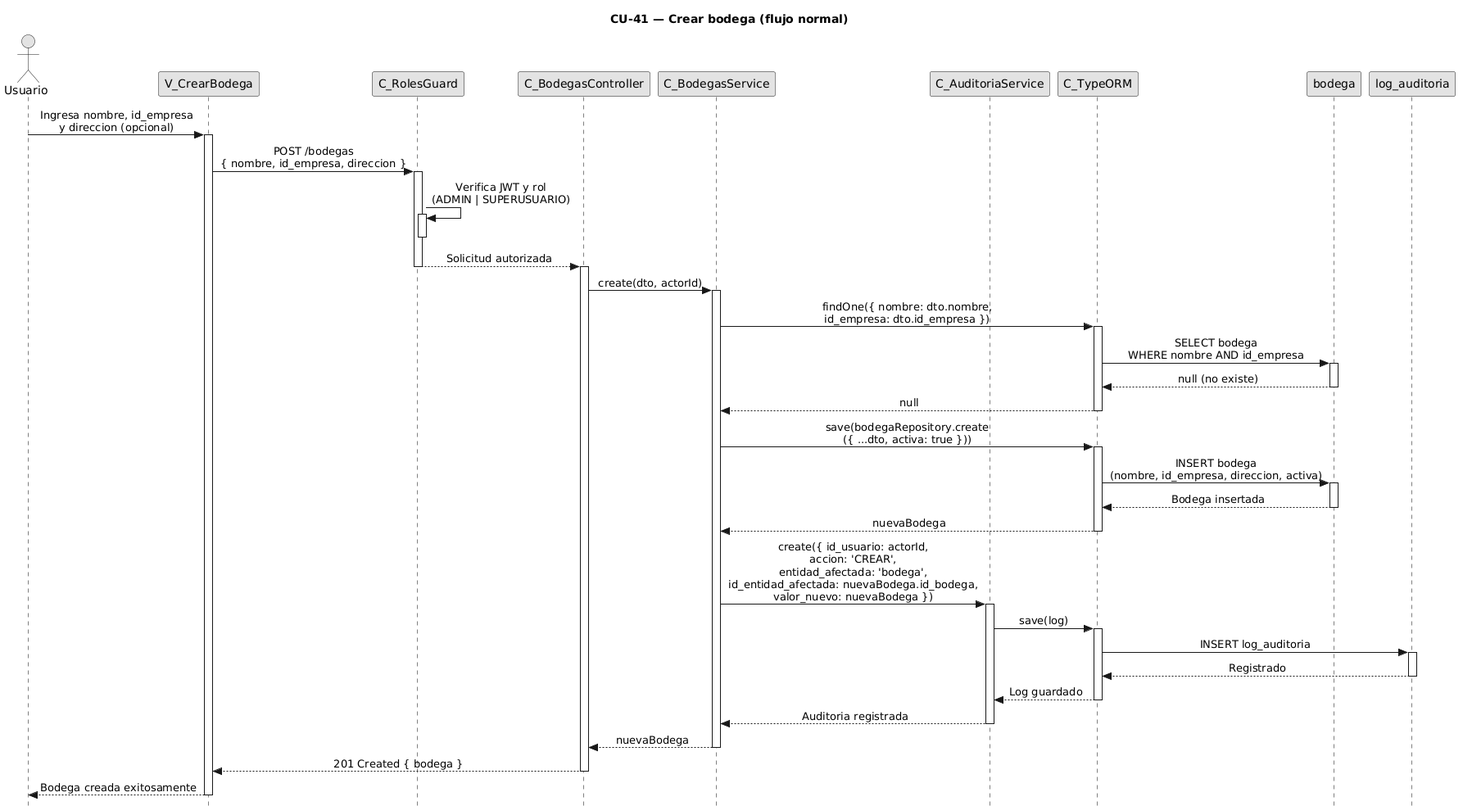
FSM-Finet-y-Cable-Magico/Team_1-Inventario-y-Bodega keeps this PlantUML diagram as diagramas/diagramas-secuencia/CU41/CU41-normal.png. Above is the earlier version. Its diagram source:
```plantuml
@startuml
title CU-41 — Crear bodega (flujo normal)

skinparam style strictuml
skinparam monochrome true
skinparam shadowing false
skinparam sequenceMessageAlign center
skinparam sequence {
  MessageAlign center
  LifeLineBorderColor black
}
hide footbox

actor "Usuario" as user
participant "V_CrearBodega" as view
participant "C_RolesGuard" as guard
participant "C_BodegasController" as ctrl
participant "C_BodegasService" as svc
participant "C_AuditoriaService" as aud
participant "C_TypeORM" as orm
participant "bodega" as bent
participant "log_auditoria" as aent

user -> view : Ingresa nombre, id_empresa\ny direccion (opcional)
activate view

view -> guard : POST /bodegas\n{ nombre, id_empresa, direccion }
activate guard

guard -> guard : Verifica JWT y rol\n(ADMIN | SUPERUSUARIO)
activate guard
deactivate guard

guard --> ctrl : Solicitud autorizada
deactivate guard
activate ctrl

ctrl -> svc : create(dto, actorId)
activate svc

svc -> orm : findOne({ nombre: dto.nombre,\nid_empresa: dto.id_empresa })
activate orm

orm -> bent : SELECT bodega\nWHERE nombre AND id_empresa
activate bent
bent --> orm : null (no existe)
deactivate bent

orm --> svc : null
deactivate orm

svc -> orm : save(bodegaRepository.create\n({ ...dto, activa: true }))
activate orm

orm -> bent : INSERT bodega\n(nombre, id_empresa, direccion, activa)
activate bent
bent --> orm : Bodega insertada
deactivate bent

orm --> svc : nuevaBodega
deactivate orm

svc -> aud : create({ id_usuario: actorId,\naccion: 'CREAR',\nentidad_afectada: 'bodega',\nid_entidad_afectada: nuevaBodega.id_bodega,\nvalor_nuevo: nuevaBodega })
activate aud

aud -> orm : save(log)
activate orm

orm -> aent : INSERT log_auditoria
activate aent
aent --> orm : Registrado
deactivate aent

orm --> aud : Log guardado
deactivate orm

aud --> svc : Auditoria registrada
deactivate aud

svc --> ctrl : nuevaBodega
deactivate svc

ctrl --> view : 201 Created { bodega }
deactivate ctrl

view --> user : Bodega creada exitosamente
deactivate view
@enduml
```
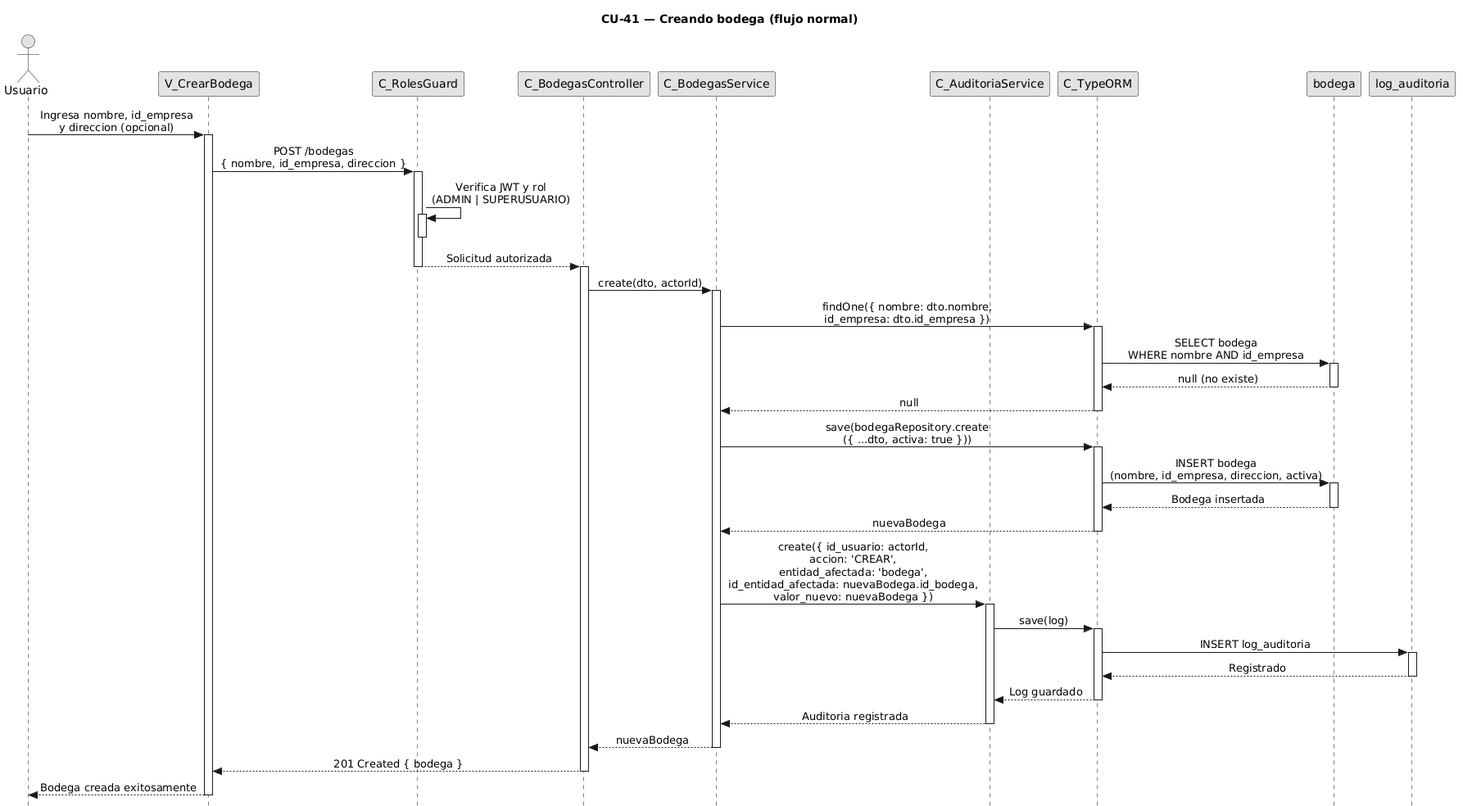
The same diagram one commit later.

What changed in the source:
```diff
@@ -1,5 +1,5 @@
-@startuml
-title CU-41 — Crear bodega (flujo normal)
+@startuml CU41-normal
+title CU-41 — Creando bodega (flujo normal)
 
 skinparam style strictuml
 skinparam monochrome true
@@ -85,4 +85,5 @@
 
 view --> user : Bodega creada exitosamente
 deactivate view
+
 @enduml
```
